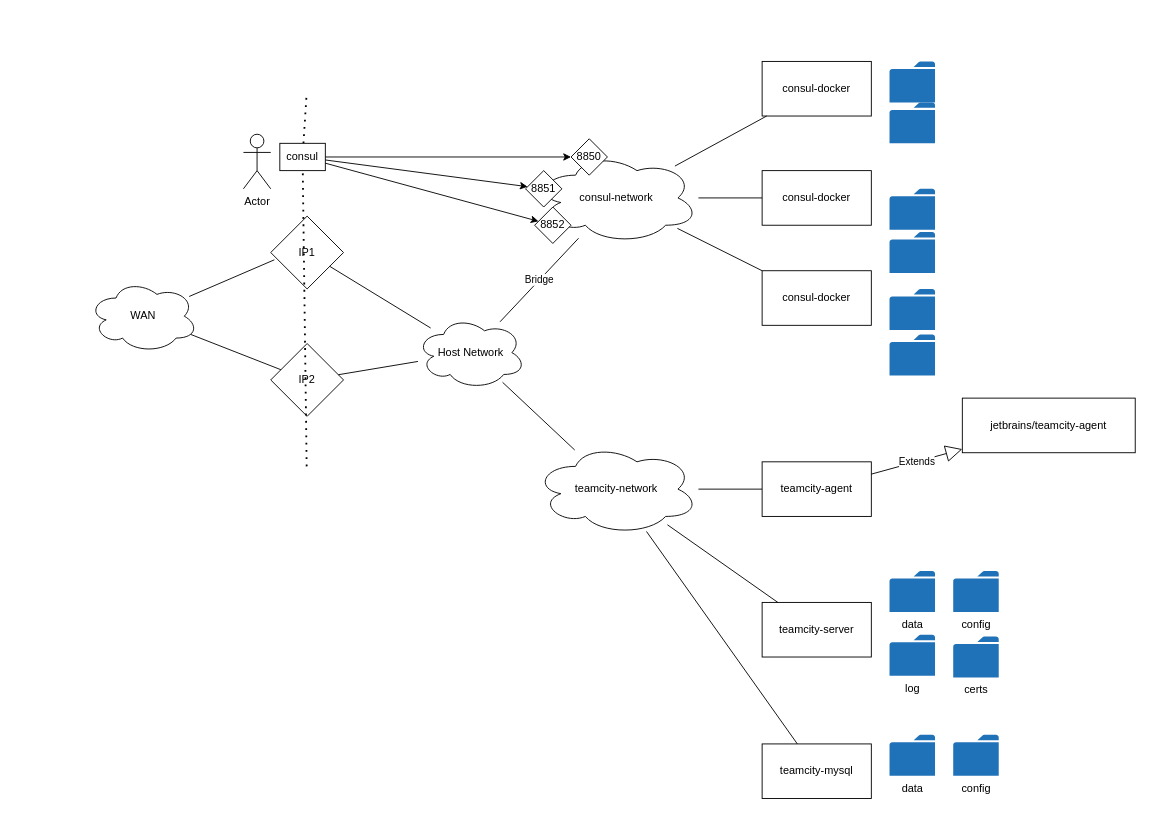
This is garage-infra.drawio from exones/iris-resources, a draw.io file, before an edit. Source tidied: cells renumbered, new cells numbered last; positions are measured from the earlier drawing's top-left corner, leaving out a move shared by most shapes. Both pictures are drawn from the tidied source at 91%, with x=0, y=0 at pixel (88, 61).
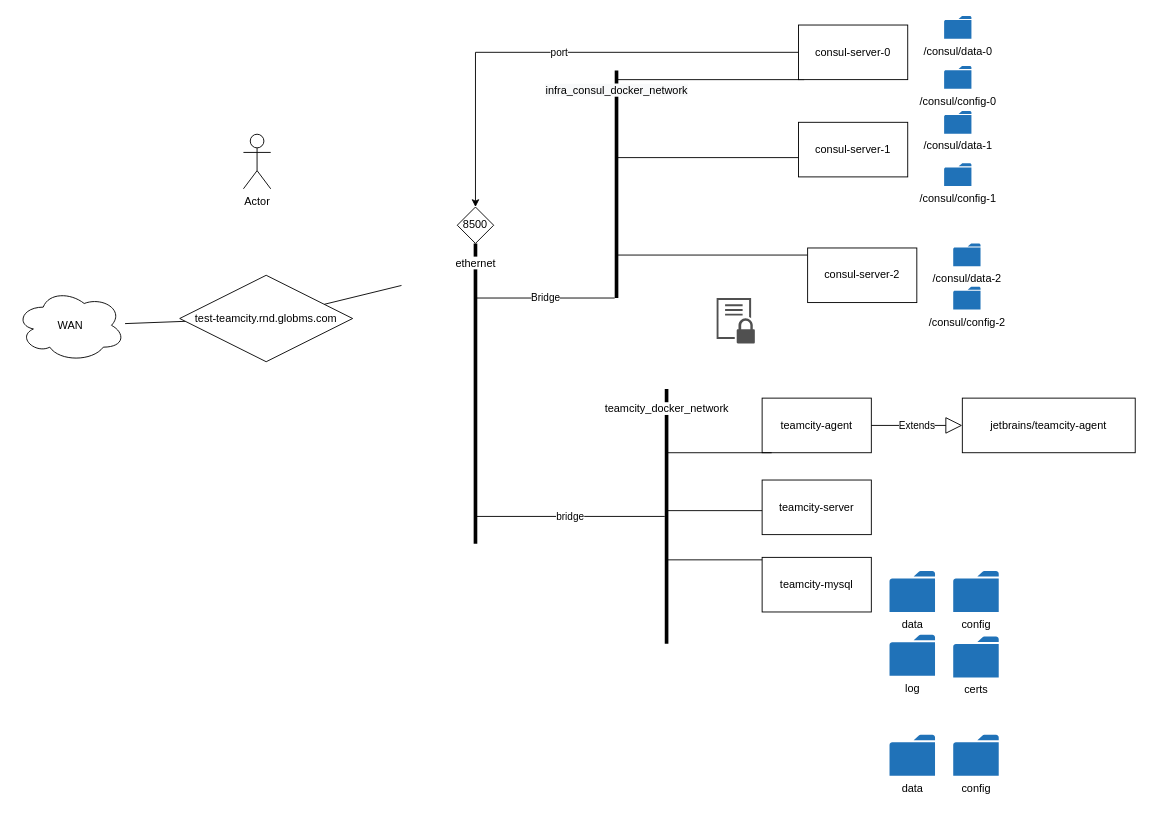
The same diagram, later.

The edit, as a diff of the source:
```diff
@@
-    <mxCell id="2" style="endArrow=none;dashed=1;html=1;dashPattern=1 3;strokeWidth=2;" parent="1" edge="1" source="28">
-      <mxGeometry relative="1" as="geometry">
-        <mxPoint x="239.5" y="35" as="targetPoint" />
-      </mxGeometry>
-    </mxCell>
-    <mxCell id="3" value="consul-docker" style="rounded=0;whiteSpace=wrap;html=1;" parent="1" vertex="1">
-      <mxGeometry x="740" width="120" height="60" as="geometry" />
-    </mxCell>
-    <mxCell id="4" value="consul-docker" style="rounded=0;whiteSpace=wrap;html=1;" parent="1" vertex="1">
-      <mxGeometry x="740" y="120" width="120" height="60" as="geometry" />
-    </mxCell>
-    <mxCell id="5" value="consul-docker" style="rounded=0;whiteSpace=wrap;html=1;" parent="1" vertex="1">
-      <mxGeometry x="740" y="230" width="120" height="60" as="geometry" />
-    </mxCell>
-    <mxCell id="6" value="consul-network" style="ellipse;shape=cloud;whiteSpace=wrap;html=1;" parent="1" vertex="1">
-      <mxGeometry x="490" y="100" width="180" height="100" as="geometry" />
-    </mxCell>
-    <mxCell id="7" value="Host Network" style="ellipse;shape=cloud;whiteSpace=wrap;html=1;" parent="1" vertex="1">
-      <mxGeometry x="360" y="280" width="120" height="80" as="geometry" />
-    </mxCell>
+    <mxCell id="50" value="port" style="edgeStyle=orthogonalEdgeStyle;rounded=0;jettySize=auto;html=1;" parent="1" edge="1" source="3" target="33">
+      <mxGeometry relative="1" as="geometry" />
+    </mxCell>
     <mxCell id="8" value="WAN" style="ellipse;shape=cloud;whiteSpace=wrap;html=1;" parent="1" vertex="1">
-      <mxGeometry y="240" width="120" height="80" as="geometry" />
+      <mxGeometry x="-80" y="250" width="120" height="80" as="geometry" />
     </mxCell>
-    <mxCell id="9" style="endArrow=none;html=1;" parent="1" edge="1" source="6" target="3">
+    <mxCell id="9" style="endArrow=none;html=1;elbow=vertical;" parent="1" edge="1" source="59" target="3">
       <mxGeometry relative="1" as="geometry" />
     </mxCell>
-    <mxCell id="10" style="endArrow=none;html=1;" parent="1" edge="1" source="6" target="4">
+    <mxCell id="10" style="endArrow=none;html=1;" parent="1" edge="1" source="59" target="4">
       <mxGeometry relative="1" as="geometry" />
     </mxCell>
-    <mxCell id="11" style="endArrow=none;html=1;" parent="1" edge="1" source="6" target="5">
+    <mxCell id="11" style="endArrow=none;html=1;" parent="1" edge="1" source="59" target="5">
       <mxGeometry relative="1" as="geometry" />
     </mxCell>
-    <mxCell id="12" value="Bridge" style="endArrow=none;html=1;" parent="1" edge="1" source="7" target="6">
+    <mxCell id="12" value="Bridge" style="endArrow=none;html=1;" parent="1" edge="1" source="61" target="59">
       <mxGeometry relative="1" as="geometry" />
     </mxCell>
-    <mxCell id="13" value="IP1" style="rhombus;whiteSpace=wrap;html=1;" parent="1" vertex="1">
-      <mxGeometry x="200" y="170" width="80" height="80" as="geometry" />
-    </mxCell>
-    <mxCell id="14" style="endArrow=none;html=1;entryX=0.05;entryY=0.6;entryDx=0;entryDy=0;entryPerimeter=0;" parent="1" edge="1" source="8" target="13">
+    <mxCell id="14" style="endArrow=none;html=1;" parent="1" edge="1" source="8" target="58">
       <mxGeometry relative="1" as="geometry" />
     </mxCell>
-    <mxCell id="15" style="endArrow=none;html=1;" parent="1" edge="1" source="13" target="7">
-      <mxGeometry relative="1" as="geometry" />
+    <mxCell id="15" style="endArrow=none;html=1;" parent="1" edge="1" source="58">
+      <mxGeometry relative="1" as="geometry">
+        <mxPoint x="343.7" y="246.2" as="targetPoint" />
+      </mxGeometry>
     </mxCell>
     <mxCell id="16" value="teamcity-agent" style="rounded=0;whiteSpace=wrap;html=1;" parent="1" vertex="1">
-      <mxGeometry x="740" y="440" width="120" height="60" as="geometry" />
+      <mxGeometry x="740" y="370" width="120" height="60" as="geometry" />
     </mxCell>
     <mxCell id="17" value="teamcity-server" style="rounded=0;whiteSpace=wrap;html=1;" parent="1" vertex="1">
-      <mxGeometry x="740" y="594.5" width="120" height="60" as="geometry" />
+      <mxGeometry x="740" y="460" width="120" height="60" as="geometry" />
     </mxCell>
     <mxCell id="18" value="teamcity-mysql" style="rounded=0;whiteSpace=wrap;html=1;" parent="1" vertex="1">
-      <mxGeometry x="740" y="750" width="120" height="60" as="geometry" />
+      <mxGeometry x="740" y="545" width="120" height="60" as="geometry" />
     </mxCell>
-    <mxCell id="19" value="teamcity-network" style="ellipse;shape=cloud;whiteSpace=wrap;html=1;" parent="1" vertex="1">
-      <mxGeometry x="490" y="420" width="180" height="100" as="geometry" />
-    </mxCell>
-    <mxCell id="20" style="endArrow=none;html=1;" parent="1" edge="1" source="19" target="7">
+    <mxCell id="20" value="bridge" style="endArrow=none;html=1;" parent="1" edge="1" source="62" target="61">
       <mxGeometry relative="1" as="geometry" />
     </mxCell>
-    <mxCell id="21" style="endArrow=none;html=1;" parent="1" edge="1" source="19" target="16">
+    <mxCell id="21" style="endArrow=none;html=1;" parent="1" edge="1" source="62" target="16">
       <mxGeometry relative="1" as="geometry" />
     </mxCell>
-    <mxCell id="22" style="endArrow=none;html=1;" parent="1" edge="1" source="19" target="17">
+    <mxCell id="22" style="endArrow=none;html=1;" parent="1" edge="1" source="62" target="17">
       <mxGeometry relative="1" as="geometry" />
     </mxCell>
-    <mxCell id="23" style="endArrow=none;html=1;" parent="1" edge="1" source="19" target="18">
+    <mxCell id="23" style="endArrow=none;html=1;" parent="1" edge="1" source="62" target="18">
       <mxGeometry relative="1" as="geometry" />
     </mxCell>
-    <mxCell id="24" value="IP2" style="rhombus;whiteSpace=wrap;html=1;" parent="1" vertex="1">
-      <mxGeometry x="200" y="310" width="80" height="80" as="geometry" />
-    </mxCell>
-    <mxCell id="25" style="endArrow=none;html=1;" parent="1" edge="1" source="8" target="24">
-      <mxGeometry relative="1" as="geometry" />
-    </mxCell>
-    <mxCell id="26" style="endArrow=none;html=1;" parent="1" edge="1" source="24" target="7">
-      <mxGeometry relative="1" as="geometry" />
-    </mxCell>
@@
-    <mxCell id="28" value="consul" style="rounded=0;whiteSpace=wrap;html=1;" parent="1" vertex="1">
-      <mxGeometry x="210" y="90" width="50" height="30" as="geometry" />
-    </mxCell>
-    <mxCell id="29" style="endArrow=none;dashed=1;html=1;dashPattern=1 3;strokeWidth=2;" parent="1" edge="1" target="28">
-      <mxGeometry relative="1" as="geometry">
-        <mxPoint x="239.5" y="445" as="sourcePoint" />
-      </mxGeometry>
-    </mxCell>
-    <mxCell id="30" style="endArrow=classic;html=1;" parent="1" edge="1" source="28" target="33">
-      <mxGeometry relative="1" as="geometry" />
-    </mxCell>
-    <mxCell id="31" style="endArrow=classic;html=1;" parent="1" edge="1" source="28" target="34">
-      <mxGeometry relative="1" as="geometry" />
-    </mxCell>
-    <mxCell id="32" style="endArrow=classic;html=1;" parent="1" edge="1" source="28" target="35">
-      <mxGeometry relative="1" as="geometry" />
-    </mxCell>
-    <mxCell id="33" value="8850" style="rhombus;whiteSpace=wrap;html=1;" parent="1" vertex="1">
-      <mxGeometry x="530" y="85" width="40" height="40" as="geometry" />
-    </mxCell>
-    <mxCell id="34" value="8851" style="rhombus;whiteSpace=wrap;html=1;" parent="1" vertex="1">
-      <mxGeometry x="480" y="120" width="40" height="40" as="geometry" />
-    </mxCell>
-    <mxCell id="35" value="8852" style="rhombus;whiteSpace=wrap;html=1;" parent="1" vertex="1">
-      <mxGeometry x="490" y="160" width="40" height="40" as="geometry" />
-    </mxCell>
-    <mxCell id="36" style="shadow=0;dashed=0;html=1;strokeColor=none;labelPosition=center;verticalLabelPosition=bottom;verticalAlign=top;align=center;shape=mxgraph.office.concepts.folder;fillColor=#2072B8;" parent="1" vertex="1">
-      <mxGeometry x="880" width="50" height="45" as="geometry" />
-    </mxCell>
-    <mxCell id="37" style="shadow=0;dashed=0;html=1;strokeColor=none;labelPosition=center;verticalLabelPosition=bottom;verticalAlign=top;align=center;shape=mxgraph.office.concepts.folder;fillColor=#2072B8;" parent="1" vertex="1">
-      <mxGeometry x="880" y="140" width="50" height="45" as="geometry" />
-    </mxCell>
-    <mxCell id="38" style="shadow=0;dashed=0;html=1;strokeColor=none;labelPosition=center;verticalLabelPosition=bottom;verticalAlign=top;align=center;shape=mxgraph.office.concepts.folder;fillColor=#2072B8;" parent="1" vertex="1">
-      <mxGeometry x="880" y="250" width="50" height="45" as="geometry" />
-    </mxCell>
-    <mxCell id="39" style="shadow=0;dashed=0;html=1;strokeColor=none;labelPosition=center;verticalLabelPosition=bottom;verticalAlign=top;align=center;shape=mxgraph.office.concepts.folder;fillColor=#2072B8;" parent="1" vertex="1">
-      <mxGeometry x="880" y="45" width="50" height="45" as="geometry" />
-    </mxCell>
-    <mxCell id="40" style="shadow=0;dashed=0;html=1;strokeColor=none;labelPosition=center;verticalLabelPosition=bottom;verticalAlign=top;align=center;shape=mxgraph.office.concepts.folder;fillColor=#2072B8;" parent="1" vertex="1">
-      <mxGeometry x="880" y="187.5" width="50" height="45" as="geometry" />
-    </mxCell>
-    <mxCell id="41" style="shadow=0;dashed=0;html=1;strokeColor=none;labelPosition=center;verticalLabelPosition=bottom;verticalAlign=top;align=center;shape=mxgraph.office.concepts.folder;fillColor=#2072B8;" parent="1" vertex="1">
-      <mxGeometry x="880" y="300" width="50" height="45" as="geometry" />
-    </mxCell>
@@
+    <mxCell id="51" style="group;" parent="1" vertex="1">
+      <mxGeometry x="780" y="-50" width="190" height="80" as="geometry" />
+    </mxCell>
+    <mxCell id="3" value="consul-server-0" style="rounded=0;whiteSpace=wrap;html=1;" parent="51" vertex="1">
+      <mxGeometry y="10" width="120" height="60" as="geometry" />
+    </mxCell>
+    <mxCell id="36" value="/consul/data-0" style="shadow=0;dashed=0;html=1;strokeColor=none;labelPosition=center;verticalLabelPosition=bottom;verticalAlign=top;align=center;shape=mxgraph.office.concepts.folder;fillColor=#2072B8;" parent="51" vertex="1">
+      <mxGeometry x="160" width="30" height="25" as="geometry" />
+    </mxCell>
+    <mxCell id="39" value="/consul/config-0" style="shadow=0;dashed=0;html=1;strokeColor=none;labelPosition=center;verticalLabelPosition=bottom;verticalAlign=top;align=center;shape=mxgraph.office.concepts.folder;fillColor=#2072B8;" parent="51" vertex="1">
+      <mxGeometry x="160" y="55" width="30" height="25" as="geometry" />
+    </mxCell>
+    <mxCell id="52" style="group;" parent="1" vertex="1">
+      <mxGeometry x="780" y="54.4" width="190" height="82.5" as="geometry" />
+    </mxCell>
+    <mxCell id="4" value="consul-server-1" style="rounded=0;whiteSpace=wrap;html=1;" parent="52" vertex="1">
+      <mxGeometry y="12.5" width="120" height="60" as="geometry" />
+    </mxCell>
+    <mxCell id="53" value="/consul/data-1" style="shadow=0;dashed=0;html=1;strokeColor=none;labelPosition=center;verticalLabelPosition=bottom;verticalAlign=top;align=center;shape=mxgraph.office.concepts.folder;fillColor=#2072B8;" parent="52" vertex="1">
+      <mxGeometry x="160" width="30" height="25" as="geometry" />
+    </mxCell>
+    <mxCell id="54" value="/consul/config-1" style="shadow=0;dashed=0;html=1;strokeColor=none;labelPosition=center;verticalLabelPosition=bottom;verticalAlign=top;align=center;shape=mxgraph.office.concepts.folder;fillColor=#2072B8;" parent="52" vertex="1">
+      <mxGeometry x="160" y="57.5" width="30" height="25" as="geometry" />
+    </mxCell>
+    <mxCell id="55" style="group;" parent="1" vertex="1">
+      <mxGeometry x="790" y="200" width="190" height="72.5" as="geometry" />
+    </mxCell>
+    <mxCell id="5" value="consul-server-2" style="rounded=0;whiteSpace=wrap;html=1;" parent="55" vertex="1">
+      <mxGeometry y="5" width="120" height="60" as="geometry" />
+    </mxCell>
+    <mxCell id="56" value="/consul/data-2" style="shadow=0;dashed=0;html=1;strokeColor=none;labelPosition=center;verticalLabelPosition=bottom;verticalAlign=top;align=center;shape=mxgraph.office.concepts.folder;fillColor=#2072B8;" parent="55" vertex="1">
+      <mxGeometry x="160" width="30" height="25" as="geometry" />
+    </mxCell>
+    <mxCell id="57" value="/consul/config-2" style="shadow=0;dashed=0;html=1;strokeColor=none;labelPosition=center;verticalLabelPosition=bottom;verticalAlign=top;align=center;shape=mxgraph.office.concepts.folder;fillColor=#2072B8;" parent="55" vertex="1">
+      <mxGeometry x="160" y="47.5" width="30" height="25" as="geometry" />
+    </mxCell>
+    <mxCell id="58" value="test-teamcity.rnd.globms.com" style="rhombus;whiteSpace=wrap;html=1;" parent="1" vertex="1">
+      <mxGeometry x="100" y="235" width="190" height="95" as="geometry" />
+    </mxCell>
+    <mxCell id="59" value="&lt;span style=&quot;background-color: rgb(248 , 249 , 250)&quot;&gt;infra_consul_docker_network&lt;/span&gt;" style="line;strokeWidth=4;direction=south;html=1;perimeter=backbonePerimeter;points=[];outlineConnect=0;" parent="1" vertex="1">
+      <mxGeometry x="575" y="10" width="10" height="250" as="geometry" />
+    </mxCell>
+    <mxCell id="60" style="shadow=0;dashed=0;html=1;strokeColor=none;labelPosition=center;verticalLabelPosition=bottom;verticalAlign=top;align=center;fillColor=#505050;shape=mxgraph.mscae.intune.intune_vpn_profiles;" parent="1" vertex="1">
+      <mxGeometry x="690" y="260" width="42" height="50" as="geometry" />
+    </mxCell>
+    <mxCell id="61" value="ethernet" style="line;strokeWidth=4;direction=south;html=1;perimeter=backbonePerimeter;points=[];outlineConnect=0;" parent="1" vertex="1">
+      <mxGeometry x="420" y="200" width="10" height="330" as="geometry" />
+    </mxCell>
+    <mxCell id="33" value="8500" style="rhombus;whiteSpace=wrap;html=1;" parent="1" vertex="1">
+      <mxGeometry x="405" y="160" width="40" height="40" as="geometry" />
+    </mxCell>
+    <mxCell id="62" value="teamcity_docker_network" style="line;strokeWidth=4;direction=south;html=1;perimeter=backbonePerimeter;points=[];outlineConnect=0;" parent="1" vertex="1">
+      <mxGeometry x="630" y="360" width="10" height="280" as="geometry" />
+    </mxCell>
```
